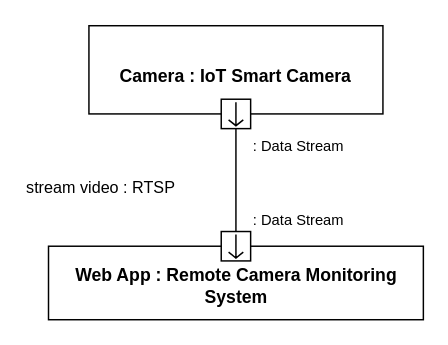
Above: page "Atomic Flow Ports" (14 of 28) of SysML Lessons/Lesson Views and SVGs/5_BDDs_Blocks&Properties.drawio in JeffreyWerth/AWS-Architecture-Model-Repository (draw.io), before the change. Source tidied: cells renumbered, new cells numbered last; positions are measured from the earlier drawing's top-left corner, leaving out a move shared by most shapes. Both pictures are drawn from the tidied source at 147%, with x=0, y=0 at pixel (47, 25).
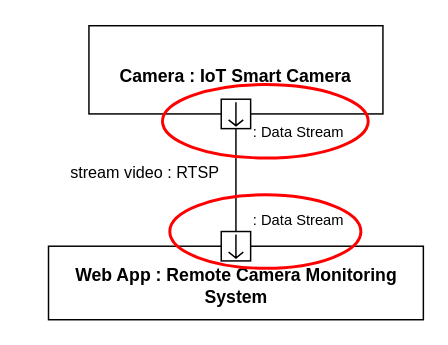
The same diagram, later.

Diff of the diagram source:
```diff
@@
 <mxGraphModel>
   <root>
     <mxCell id="0" />
     <mxCell id="1" parent="0" />
     <mxCell id="2" value="Camera : IoT Smart Camera" style="html=1;shape=mxgraph.sysml.itemFlow;fontStyle=1;flowDir=S;flowType=out;whiteSpace=wrap;align=center;" parent="1" vertex="1">
       <mxGeometry x="28" width="200" height="70" as="geometry" />
     </mxCell>
     <mxCell id="3" value="&lt;br&gt;Web App : Remote Camera Monitoring System" style="html=1;shape=mxgraph.sysml.itemFlow;fontStyle=1;flowDir=N;flowType=in;whiteSpace=wrap;align=center;" parent="1" vertex="1">
       <mxGeometry x="0.5" y="140" width="255" height="60" as="geometry" />
     </mxCell>
     <mxCell id="4" value="stream video : RTSP" style="edgeStyle=none;html=1;align=right;endArrow=none;exitX=0.5;exitY=1;entryX=0.5;entryY=0;rounded=0;" parent="1" edge="1" source="2" target="3">
-      <mxGeometry x="0.14" y="-40" relative="1" as="geometry" />
+      <mxGeometry x="-0.14" y="-10" relative="1" as="geometry" />
     </mxCell>
     <mxCell id="5" value=": Data Stream" style="html=1;align=left;spacingLeft=10;verticalAlign=top;labelPosition=left;verticalLabelPosition=bottom;labelBackgroundColor=none;fontSize=10;" parent="4" vertex="1">
-      <mxGeometry x="-1" relative="1" as="geometry" />
+      <mxGeometry x="-1" relative="1" as="geometry">
+        <mxPoint y="-10" as="offset" />
+      </mxGeometry>
     </mxCell>
     <mxCell id="6" value=": Data Stream" style="html=1;align=left;spacingLeft=10;verticalAlign=bottom;labelPosition=left;verticalLabelPosition=bottom;labelBackgroundColor=none;fontSize=10;" parent="4" vertex="1">
       <mxGeometry x="1" relative="1" as="geometry" />
     </mxCell>
+    <mxCell id="7" style="ellipse;whiteSpace=wrap;html=1;fillColor=none;strokeColor=#FF0000;strokeWidth=2;" parent="1" vertex="1">
+      <mxGeometry x="78" y="40" width="140" height="50" as="geometry" />
+    </mxCell>
+    <mxCell id="8" style="html=1;align=left;spacingLeft=10;verticalAlign=top;labelPosition=left;verticalLabelPosition=bottom;labelBackgroundColor=none;fontSize=10;" parent="1" vertex="1">
+      <mxGeometry x="158" y="140" as="geometry" />
+    </mxCell>
+    <mxCell id="9" style="ellipse;whiteSpace=wrap;html=1;fillColor=none;strokeColor=#FF0000;strokeWidth=2;" parent="1" vertex="1">
+      <mxGeometry x="83" y="115" width="130" height="50" as="geometry" />
+    </mxCell>
   </root>
 </mxGraphModel>
```
